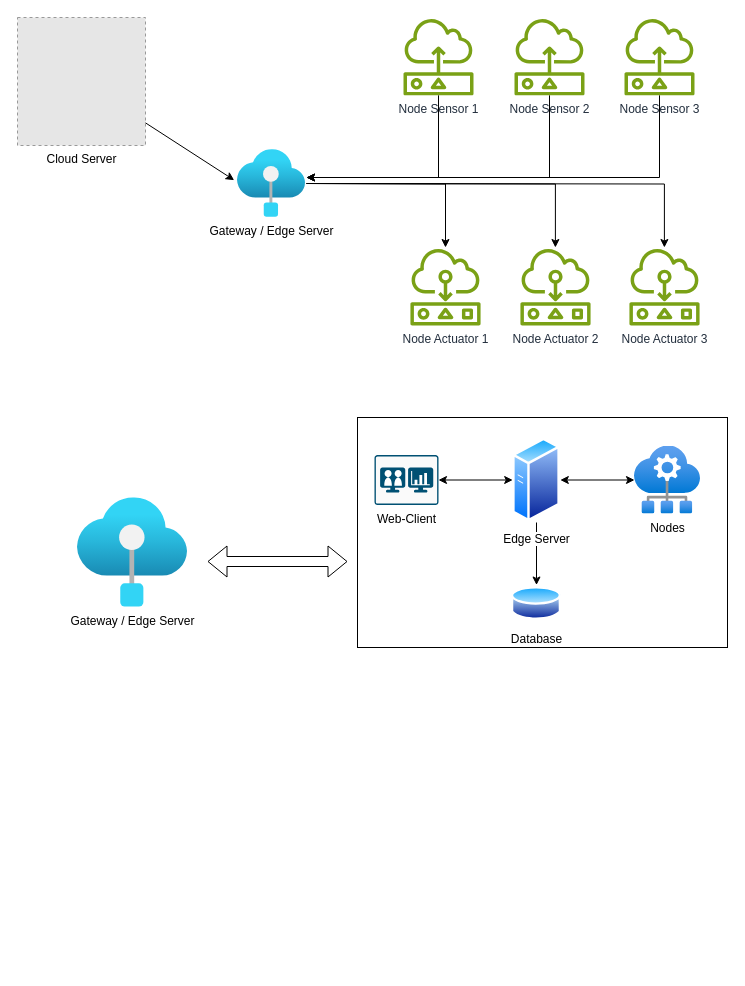
Before: Project2.drawio in UIT20522097/UIT20522097.github.io, a draw.io diagram. Source tidied: cells renumbered, new cells numbered last; positions are measured from the earlier drawing's top-left corner, leaving out a move shared by most shapes. Both pictures are drawn from the tidied source at 100%, with x=0, y=0 at pixel (17, 17). Pictures stored in the file or linked from it are replaced by grey dashed boxes.
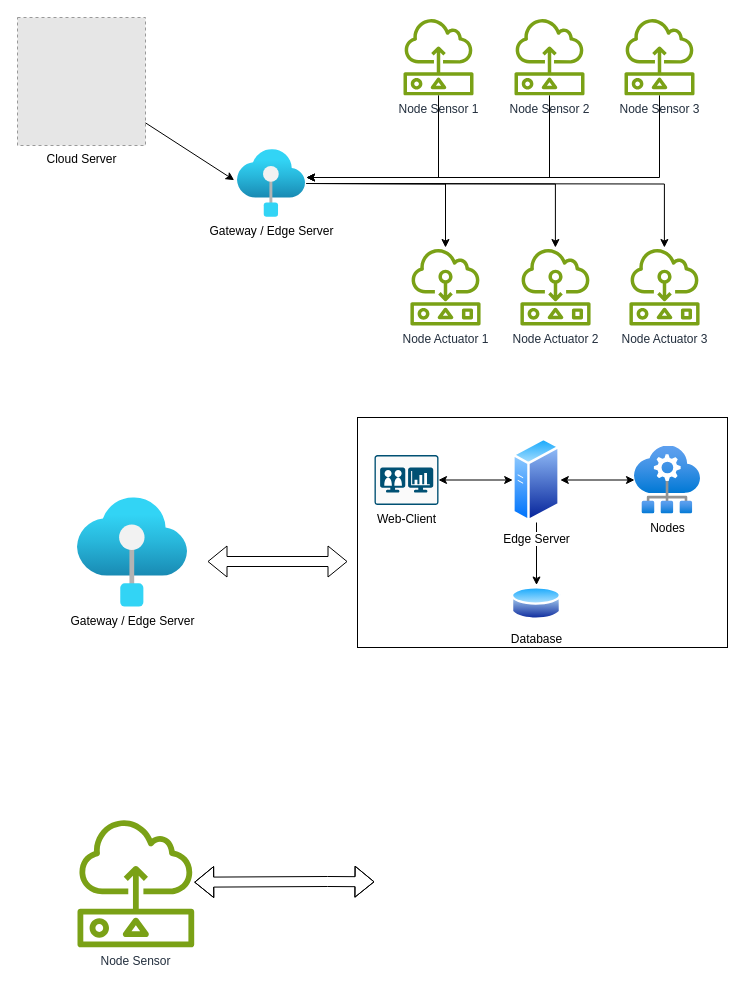
Above is the later version.

Commit message (it also covers changes not shown here):
Cập nhật Project2.drawio

What changed in the source:
```diff
@@
+    <mxCell id="29" value="Node Sensor" style="sketch=0;outlineConnect=0;fontColor=#232F3E;gradientColor=none;fillColor=#7AA116;strokeColor=none;dashed=0;verticalLabelPosition=bottom;verticalAlign=top;align=center;html=1;fontSize=12;fontStyle=0;shape=mxgraph.aws4.sensor;" parent="1" vertex="1">
+      <mxGeometry x="60" y="800" width="116.7" height="130" as="geometry" />
+    </mxCell>
+    <mxCell id="30" style="shape=flexArrow;endArrow=classic;startArrow=classic;html=1;rounded=0;" parent="1" edge="1" source="29">
+      <mxGeometry relative="1" as="geometry">
+        <mxPoint x="357" y="864.3" as="targetPoint" />
+        <Array as="points">
+          <mxPoint x="310" y="864" />
+        </Array>
+      </mxGeometry>
+    </mxCell>
```
